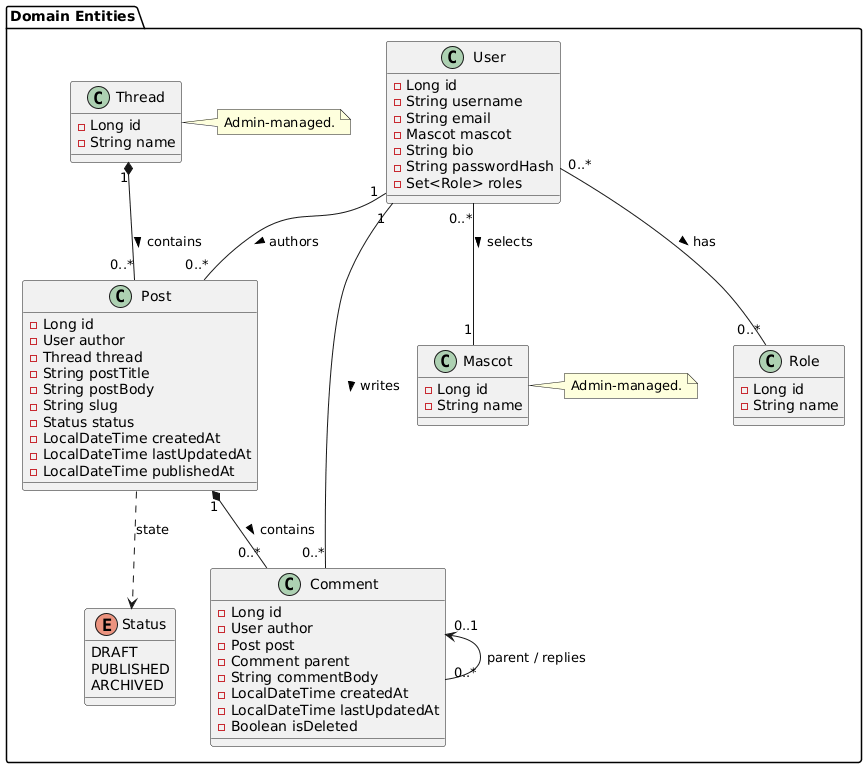
This is blog_entities.png from andrew-marshall-251/blog_docs, a PlantUML export, as it was before one commit. Source of this version:
```plantuml
@startuml
package "Domain Entities" {
	class User {
		- Long id
		- String username
		- String email
		- Mascot mascot
		- String bio
		- String passwordHash
		- Set<Role> roles
	}

	class Post {
		- Long id
		- User author
		- Thread thread
		- String postTitle
		- String postBody
		- String slug
		- Status status
		- LocalDateTime createdAt
		- LocalDateTime lastUpdatedAt
		- LocalDateTime publishedAt
	}

	class Thread {
		- Long id
		- String name
	}

	class Comment {
		- Long id
		- User author
		- Post post
		- Comment parent
		- String commentBody
		- LocalDateTime createdAt
		- LocalDateTime lastUpdatedAt
		- Boolean isDeleted
	}

	class Role {
		- Long id
		- String name
	}

	enum Status {
		DRAFT
		PUBLISHED
		ARCHIVED
	}

	class Mascot {
		- Long id
		- String name
	}

	note right of Mascot
		Admin-managed.
	end note

	note right of Thread
		Admin-managed.
	end note
}

User "1" -- "0..*" Post : authors >
User "1" -- "0..*" Comment : writes >
User "0..*" -- "1" Mascot : selects >
User "0..*" -- "0..*" Role : has >
Thread "1" *-- "0..*" Post : contains >
Post "1" *-- "0..*" Comment : contains >
Comment "0..1" <-- "0..*" Comment : parent / replies
Post ..> Status : state
@enduml
```
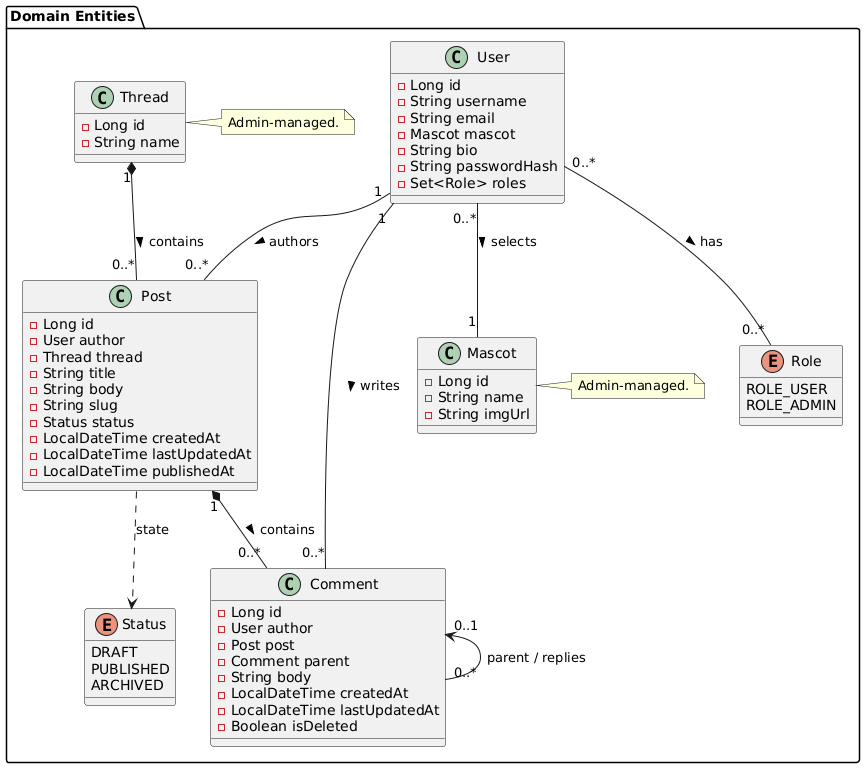
After the commit.

Commit message:
patch fixed, I accidentally required a full replacement but it should be this, also added mascot imgUrl and roles as an enum

Change to the diagram source:
```diff
@@ -14,8 +14,8 @@
 		- Long id
 		- User author
 		- Thread thread
-		- String postTitle
-		- String postBody
+		- String title
+		- String body
 		- String slug
 		- Status status
 		- LocalDateTime createdAt
@@ -23,36 +23,37 @@
 		- LocalDateTime publishedAt
 	}
 
+	class Comment {
+		- Long id
+		- User author
+		- Post post
+		- Comment parent
+		- String body
+		- LocalDateTime createdAt
+		- LocalDateTime lastUpdatedAt
+		- Boolean isDeleted
+	}
+
 	class Thread {
 		- Long id
 		- String name
 	}
 
-	class Comment {
+	class Mascot {
 		- Long id
-		- User author
-		- Post post
-		- Comment parent
-		- String commentBody
-		- LocalDateTime createdAt
-		- LocalDateTime lastUpdatedAt
-		- Boolean isDeleted
+		- String name
+		- String imgUrl
 	}
 
-	class Role {
-		- Long id
-		- String name
+	enum Role {
+		ROLE_USER
+		ROLE_ADMIN
 	}
 
 	enum Status {
 		DRAFT
 		PUBLISHED
 		ARCHIVED
-	}
-
-	class Mascot {
-		- Long id
-		- String name
 	}
 
 	note right of Mascot
```
